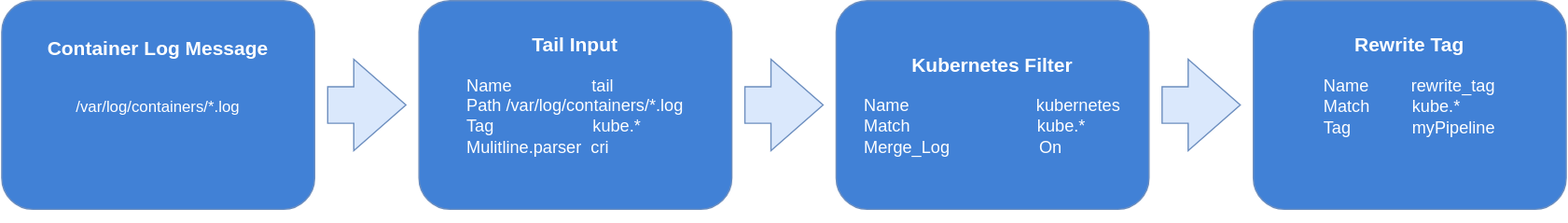
The draw.io diagram docs/user/assets/logs-flow.drawio.svg in kyma-project/telemetry-manager, before a commit. Source tidied: cells renumbered, new cells last; positions are measured from the earlier drawing's top-left corner, leaving out a move shared by most shapes.
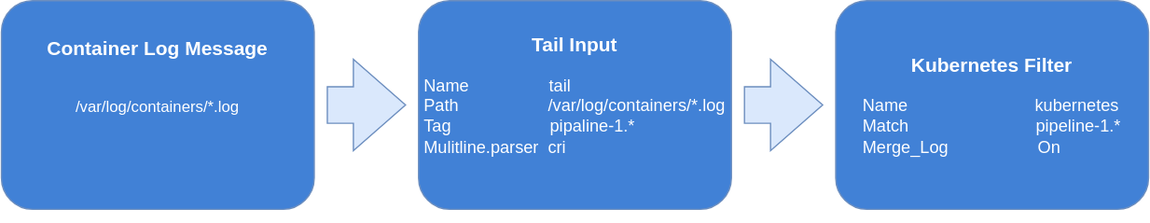
The same file after the commit.

Commit message:
docs: Describe multi-tail plugin Fluent Bit setup

The edit, as a diff of the source:
```diff
@@ -3,20 +3,14 @@
     <mxCell id="0" />
     <mxCell id="1" parent="0" />
     <mxCell id="2" style="rounded=0;whiteSpace=wrap;html=1;strokeColor=none;fillColor=#FFFFFF;" parent="1" vertex="1">
-      <mxGeometry width="1200" height="170" as="geometry" />
+      <mxGeometry width="880" height="170" as="geometry" />
     </mxCell>
-    <mxCell id="3" value="&lt;font color=&quot;#ffffff&quot; style=&quot;&quot;&gt;&lt;span style=&quot;font-size: 15px;&quot;&gt;&lt;b&gt;Kubernetes Filter&lt;/b&gt;&lt;/span&gt;&lt;br&gt;&lt;br&gt;&lt;div style=&quot;font-size: 13px; text-align: left;&quot;&gt;&lt;span style=&quot;&quot;&gt;Name&amp;nbsp; &amp;nbsp; &amp;nbsp; &amp;nbsp; &amp;nbsp; &amp;nbsp; &amp;nbsp; &amp;nbsp; &amp;nbsp; &amp;nbsp; &amp;nbsp; &amp;nbsp; &amp;nbsp; &amp;nbsp;kubernetes&lt;/span&gt;&lt;/div&gt;&lt;div style=&quot;font-size: 13px; text-align: left;&quot;&gt;&lt;span style=&quot;&quot;&gt;Match&amp;nbsp; &amp;nbsp; &amp;nbsp; &amp;nbsp; &amp;nbsp; &amp;nbsp; &amp;nbsp; &amp;nbsp; &amp;nbsp; &amp;nbsp; &amp;nbsp; &amp;nbsp; &amp;nbsp; &amp;nbsp;kube.*&lt;/span&gt;&lt;/div&gt;&lt;div style=&quot;font-size: 13px; text-align: left;&quot;&gt;&lt;span style=&quot;&quot;&gt;Merge_Log&amp;nbsp; &amp;nbsp; &amp;nbsp; &amp;nbsp; &amp;nbsp; &amp;nbsp; &amp;nbsp; &amp;nbsp; &amp;nbsp; &amp;nbsp;On&lt;/span&gt;&lt;/div&gt;&lt;/font&gt;" style="rounded=1;whiteSpace=wrap;html=1;strokeColor=#6c8ebf;fillColor=#4181D6;" parent="1" vertex="1">
+    <mxCell id="3" value="&lt;font color=&quot;#ffffff&quot; style=&quot;&quot;&gt;&lt;span style=&quot;font-size: 15px;&quot;&gt;&lt;b&gt;Kubernetes Filter&lt;/b&gt;&lt;/span&gt;&lt;br&gt;&lt;br&gt;&lt;div style=&quot;font-size: 13px; text-align: left;&quot;&gt;&lt;span style=&quot;&quot;&gt;Name&amp;nbsp; &amp;nbsp; &amp;nbsp; &amp;nbsp; &amp;nbsp; &amp;nbsp; &amp;nbsp; &amp;nbsp; &amp;nbsp; &amp;nbsp; &amp;nbsp; &amp;nbsp; &amp;nbsp; &amp;nbsp;kubernetes&lt;/span&gt;&lt;/div&gt;&lt;div style=&quot;font-size: 13px; text-align: left;&quot;&gt;&lt;span style=&quot;&quot;&gt;Match&amp;nbsp; &amp;nbsp; &amp;nbsp; &amp;nbsp; &amp;nbsp; &amp;nbsp; &amp;nbsp; &amp;nbsp; &amp;nbsp; &amp;nbsp; &amp;nbsp; &amp;nbsp; &amp;nbsp; &amp;nbsp;pipeline-1.*&lt;/span&gt;&lt;/div&gt;&lt;div style=&quot;font-size: 13px; text-align: left;&quot;&gt;&lt;span style=&quot;&quot;&gt;Merge_Log&amp;nbsp; &amp;nbsp; &amp;nbsp; &amp;nbsp; &amp;nbsp; &amp;nbsp; &amp;nbsp; &amp;nbsp; &amp;nbsp; &amp;nbsp;On&lt;/span&gt;&lt;/div&gt;&lt;/font&gt;" style="rounded=1;whiteSpace=wrap;html=1;strokeColor=#6c8ebf;fillColor=#4181D6;" parent="1" vertex="1">
       <mxGeometry x="640" width="240" height="160" as="geometry" />
     </mxCell>
-    <mxCell id="4" value="&lt;font color=&quot;#ffffff&quot; style=&quot;&quot;&gt;&lt;span style=&quot;font-size: 15px;&quot;&gt;&lt;b&gt;Tail Input&lt;br&gt;&lt;/b&gt;&lt;/span&gt;&lt;br&gt;&lt;div style=&quot;text-align: left; font-size: 13px;&quot;&gt;&lt;span style=&quot;&quot;&gt;Name&amp;nbsp; &amp;nbsp; &amp;nbsp; &amp;nbsp; &amp;nbsp; &amp;nbsp; &amp;nbsp; &amp;nbsp; &amp;nbsp;tail&lt;/span&gt;&lt;/div&gt;&lt;div style=&quot;text-align: left; font-size: 13px;&quot;&gt;&lt;span style=&quot;&quot;&gt;Path&amp;nbsp; &amp;nbsp; &amp;nbsp; &amp;nbsp; &amp;nbsp; &amp;nbsp; &amp;nbsp; &amp;nbsp; &amp;nbsp; &amp;nbsp;&lt;/span&gt;&lt;span style=&quot;background-color: initial;&quot;&gt;/var/log/containers/*.log&lt;/span&gt;&lt;/div&gt;&lt;div style=&quot;text-align: left; font-size: 13px;&quot;&gt;&lt;span style=&quot;background-color: initial;&quot;&gt;Tag&amp;nbsp; &amp;nbsp; &amp;nbsp; &amp;nbsp; &amp;nbsp; &amp;nbsp; &amp;nbsp; &amp;nbsp; &amp;nbsp; &amp;nbsp; &amp;nbsp;kube.*&lt;/span&gt;&lt;/div&gt;&lt;div style=&quot;text-align: left; font-size: 13px;&quot;&gt;&lt;span style=&quot;background-color: initial;&quot;&gt;Mulitline.parser&amp;nbsp; cri&lt;/span&gt;&lt;/div&gt;&lt;div style=&quot;text-align: left; font-size: 13px;&quot;&gt;&lt;span style=&quot;background-color: initial;&quot;&gt;&lt;br&gt;&lt;/span&gt;&lt;/div&gt;&lt;/font&gt;" style="rounded=1;whiteSpace=wrap;html=1;strokeColor=#6c8ebf;fillColor=#4181D6;" parent="1" vertex="1">
+    <mxCell id="4" value="&lt;font color=&quot;#ffffff&quot; style=&quot;&quot;&gt;&lt;span style=&quot;font-size: 15px;&quot;&gt;&lt;b&gt;Tail Input&lt;br&gt;&lt;/b&gt;&lt;/span&gt;&lt;br&gt;&lt;div style=&quot;text-align: left; font-size: 13px;&quot;&gt;&lt;span style=&quot;&quot;&gt;Name&amp;nbsp; &amp;nbsp; &amp;nbsp; &amp;nbsp; &amp;nbsp; &amp;nbsp; &amp;nbsp; &amp;nbsp; &amp;nbsp;tail&lt;/span&gt;&lt;/div&gt;&lt;div style=&quot;text-align: left; font-size: 13px;&quot;&gt;&lt;span style=&quot;&quot;&gt;Path&amp;nbsp; &amp;nbsp; &amp;nbsp; &amp;nbsp; &amp;nbsp; &amp;nbsp; &amp;nbsp; &amp;nbsp; &amp;nbsp; &amp;nbsp;&lt;/span&gt;&lt;span style=&quot;background-color: initial;&quot;&gt;/var/log/containers/*.log&lt;/span&gt;&lt;/div&gt;&lt;div style=&quot;text-align: left; font-size: 13px;&quot;&gt;&lt;span style=&quot;background-color: initial;&quot;&gt;Tag&amp;nbsp; &amp;nbsp; &amp;nbsp; &amp;nbsp; &amp;nbsp; &amp;nbsp; &amp;nbsp; &amp;nbsp; &amp;nbsp; &amp;nbsp; &amp;nbsp;pipaline-1.*&lt;/span&gt;&lt;/div&gt;&lt;div style=&quot;text-align: left; font-size: 13px;&quot;&gt;&lt;span style=&quot;background-color: initial;&quot;&gt;Mulitline.parser&amp;nbsp; cri&lt;/span&gt;&lt;/div&gt;&lt;div style=&quot;text-align: left; font-size: 13px;&quot;&gt;&lt;span style=&quot;background-color: initial;&quot;&gt;&lt;br&gt;&lt;/span&gt;&lt;/div&gt;&lt;/font&gt;" style="rounded=1;whiteSpace=wrap;html=1;strokeColor=#6c8ebf;fillColor=#4181D6;" parent="1" vertex="1">
       <mxGeometry x="320" width="240" height="160" as="geometry" />
     </mxCell>
-    <mxCell id="5" value="&lt;font color=&quot;#ffffff&quot; style=&quot;font-size: 13px;&quot;&gt;&lt;b style=&quot;font-size: 15px;&quot;&gt;Rewrite Tag&lt;/b&gt;&lt;br&gt;&lt;br&gt;&lt;div style=&quot;text-align: left;&quot;&gt;&lt;span style=&quot;&quot;&gt;Name&amp;nbsp; &amp;nbsp; &amp;nbsp; &amp;nbsp; &amp;nbsp;rewrite_tag&lt;/span&gt;&lt;/div&gt;&lt;div style=&quot;text-align: left;&quot;&gt;&lt;span style=&quot;&quot;&gt;Match&amp;nbsp; &amp;nbsp; &amp;nbsp; &amp;nbsp; &amp;nbsp;kube.*&lt;/span&gt;&lt;/div&gt;&lt;div style=&quot;text-align: left;&quot;&gt;&lt;span style=&quot;&quot;&gt;Tag&amp;nbsp; &amp;nbsp; &amp;nbsp; &amp;nbsp; &amp;nbsp; &amp;nbsp; &amp;nbsp;myPipeline&lt;/span&gt;&lt;/div&gt;&lt;div style=&quot;text-align: left;&quot;&gt;&lt;br&gt;&lt;/div&gt;&lt;div style=&quot;text-align: left;&quot;&gt;&lt;br&gt;&lt;/div&gt;&lt;/font&gt;" style="rounded=1;whiteSpace=wrap;html=1;strokeColor=#6c8ebf;fillColor=#4181D6;" parent="1" vertex="1">
-      <mxGeometry x="960" width="240" height="160" as="geometry" />
-    </mxCell>
-    <mxCell id="6" style="html=1;shadow=0;dashed=0;align=center;verticalAlign=middle;shape=mxgraph.arrows2.arrow;dy=0.6;dx=40;notch=0;fillColor=#dae8fc;strokeColor=#6c8ebf;" parent="1" vertex="1">
-      <mxGeometry x="890" y="45" width="60" height="70" as="geometry" />
-    </mxCell>
     <mxCell id="7" style="html=1;shadow=0;dashed=0;align=center;verticalAlign=middle;shape=mxgraph.arrows2.arrow;dy=0.6;dx=40;notch=0;fillColor=#dae8fc;strokeColor=#6c8ebf;" parent="1" vertex="1">
       <mxGeometry x="570" y="45" width="60" height="70" as="geometry" />
     </mxCell>
```
